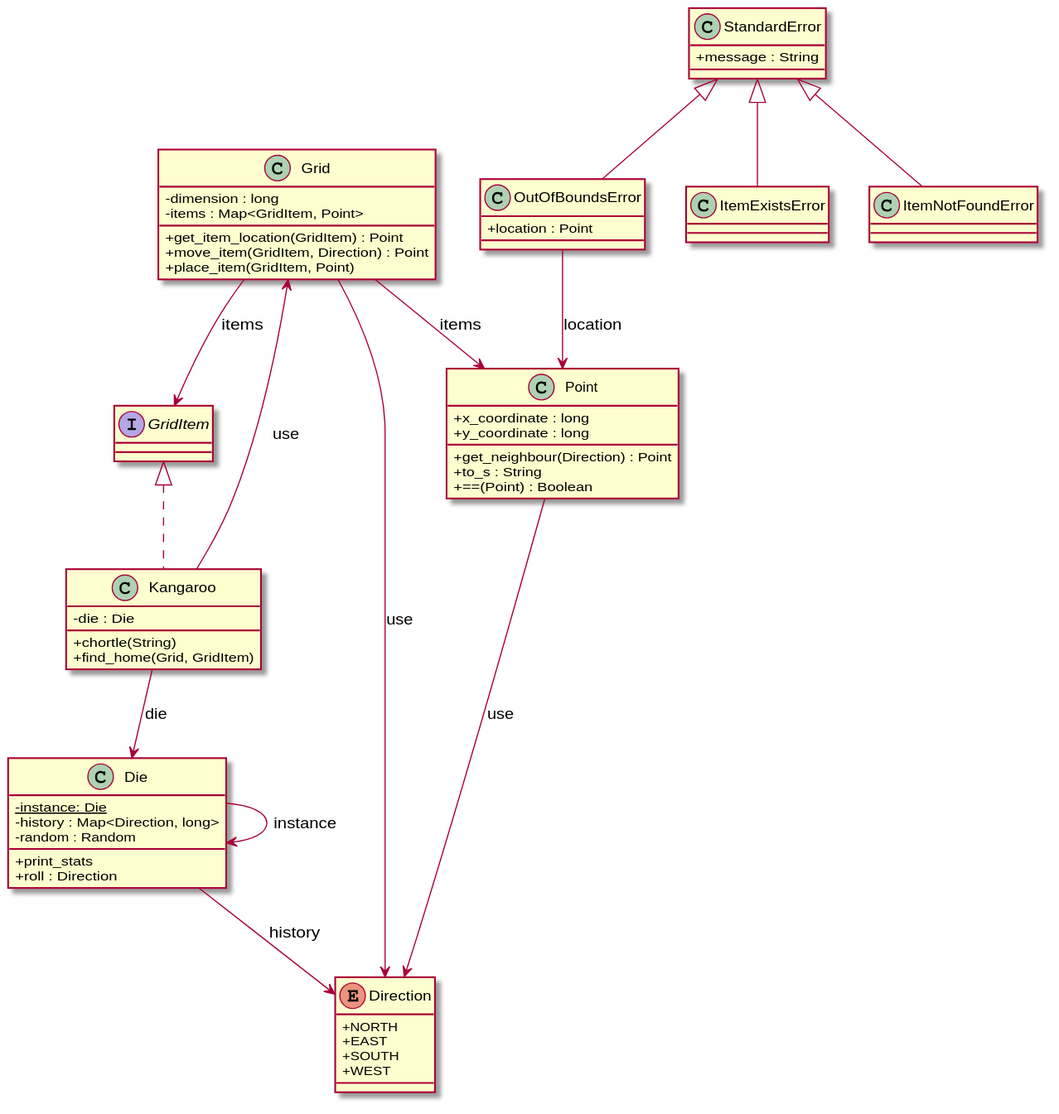
Above: uml/skippy-plantuml.svg in jaaufauvre/will-skippy-get-home (PlantUML), before the change.
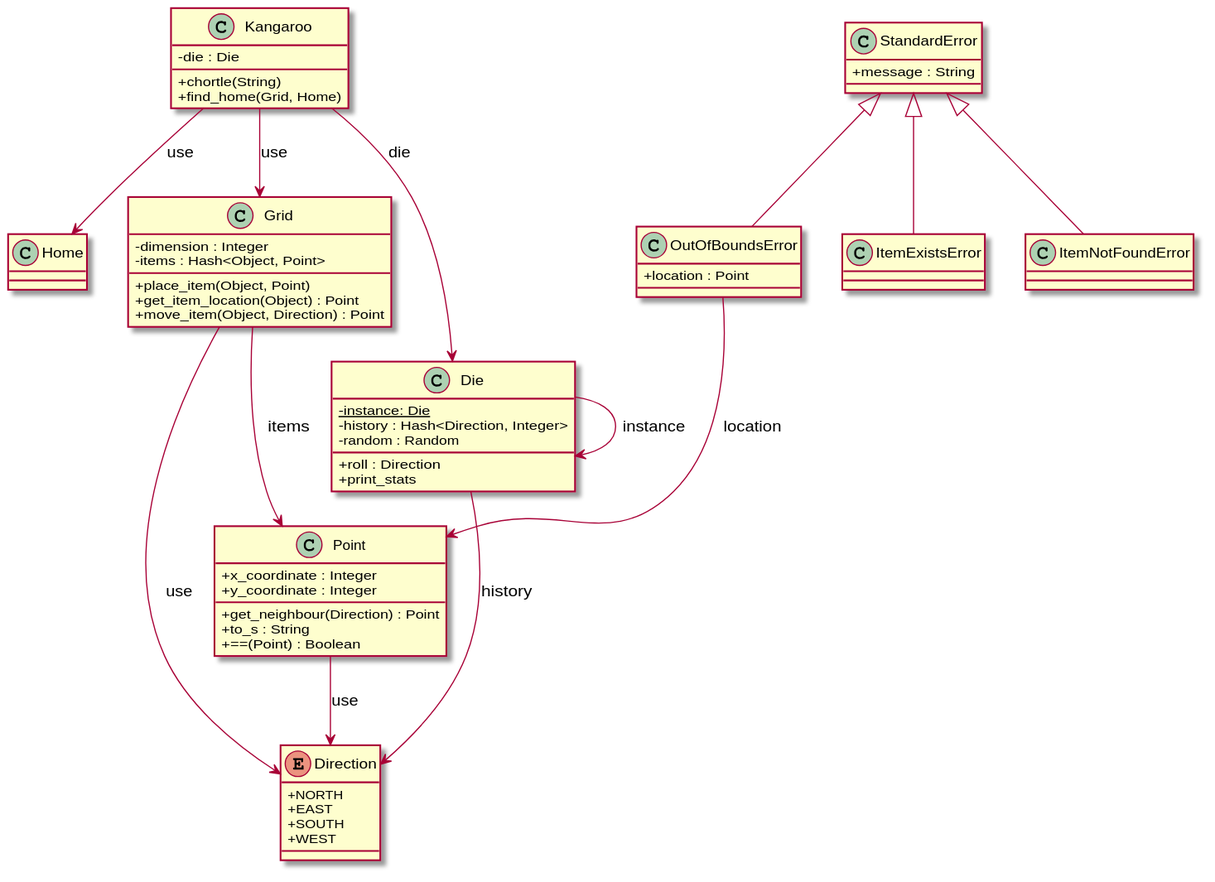
Later version of the same file.

What changed in the source:
```diff
@@ -3,10 +3,10 @@
 
 class "Die" {
   {field} {static} -instance: Die
-  {field} -history : Map<Direction, long>
+  {field} -history : Hash<Direction, Integer>
   {field} -random : Random
+  {method} +roll : Direction
   {method} +print_stats
-  {method} +roll : Direction
 }
 
 enum "Direction" {
@@ -17,18 +17,18 @@
 }
 
 class "Grid" {
-  {field} -dimension : long
-  {field} -items : Map<GridItem, Point>
-  {method} +get_item_location(GridItem) : Point
-  {method} +move_item(GridItem, Direction) : Point
-  {method} +place_item(GridItem, Point)
+  {field} -dimension : Integer
+  {field} -items : Hash<Object, Point>
+  {method} +place_item(Object, Point)
+  {method} +get_item_location(Object) : Point
+  {method} +move_item(Object, Direction) : Point
 }
 
 class "StandardError" {
   {field} +message : String
 }
 
-interface "GridItem"
+class "Home"
 
 class "ItemExistsError"
 
@@ -37,7 +37,7 @@
 class "Kangaroo" {
   {field} -die : Die
   {method} +chortle(String)
-  {method} +find_home(Grid, GridItem)
+  {method} +find_home(Grid, Home)
 }
 
 class "OutOfBoundsError" {
@@ -45,8 +45,8 @@
 }
 
 class "Point" {
-  {field} +x_coordinate : long
-  {field} +y_coordinate : long
+  {field} +x_coordinate : Integer
+  {field} +y_coordinate : Integer
   {method} +get_neighbour(Direction) : Point
   {method} +to_s : String
   {method} +==(Point) : Boolean
@@ -58,11 +58,10 @@
 "StandardError" <|-- "ItemExistsError"
 "StandardError" <|-- "ItemNotFoundError"
 "StandardError" <|-- "OutOfBoundsError"
-"GridItem" <|.. "Kangaroo"
-"Grid" --> "GridItem" : items
 "Grid" --> "Point" : items
 "Kangaroo" --> "Die" : die
 "Kangaroo" --> "Grid" : use
+"Kangaroo" --> "Home" : use
 "OutOfBoundsError" --> "Point" : location
 "Point" --> "Direction" : use
 @enduml
```
